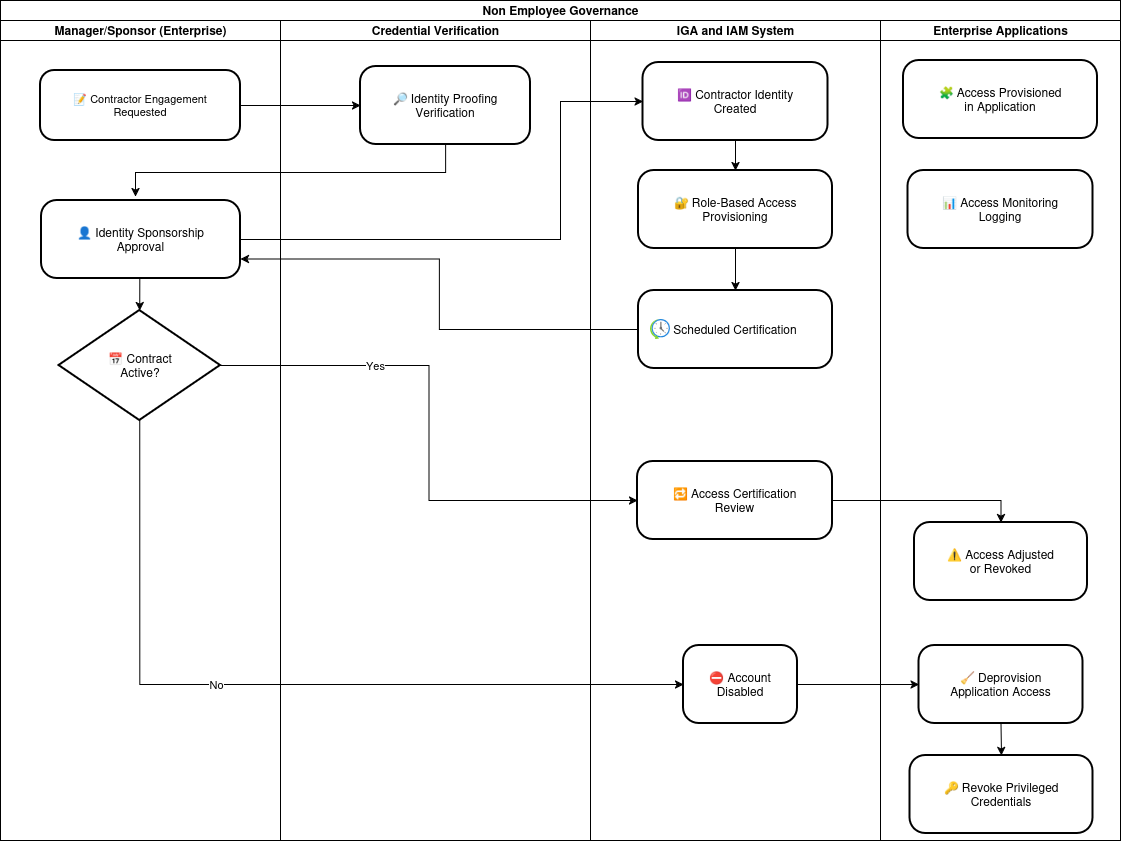
Earlier version of the draw.io export contractor_flows/Contractor_Governance_Flow.drawio.png (avinashgr/drawio_flows). Source tidied: cells renumbered, new cells last; positions are measured from the earlier drawing's top-left corner, leaving out a move shared by most shapes.
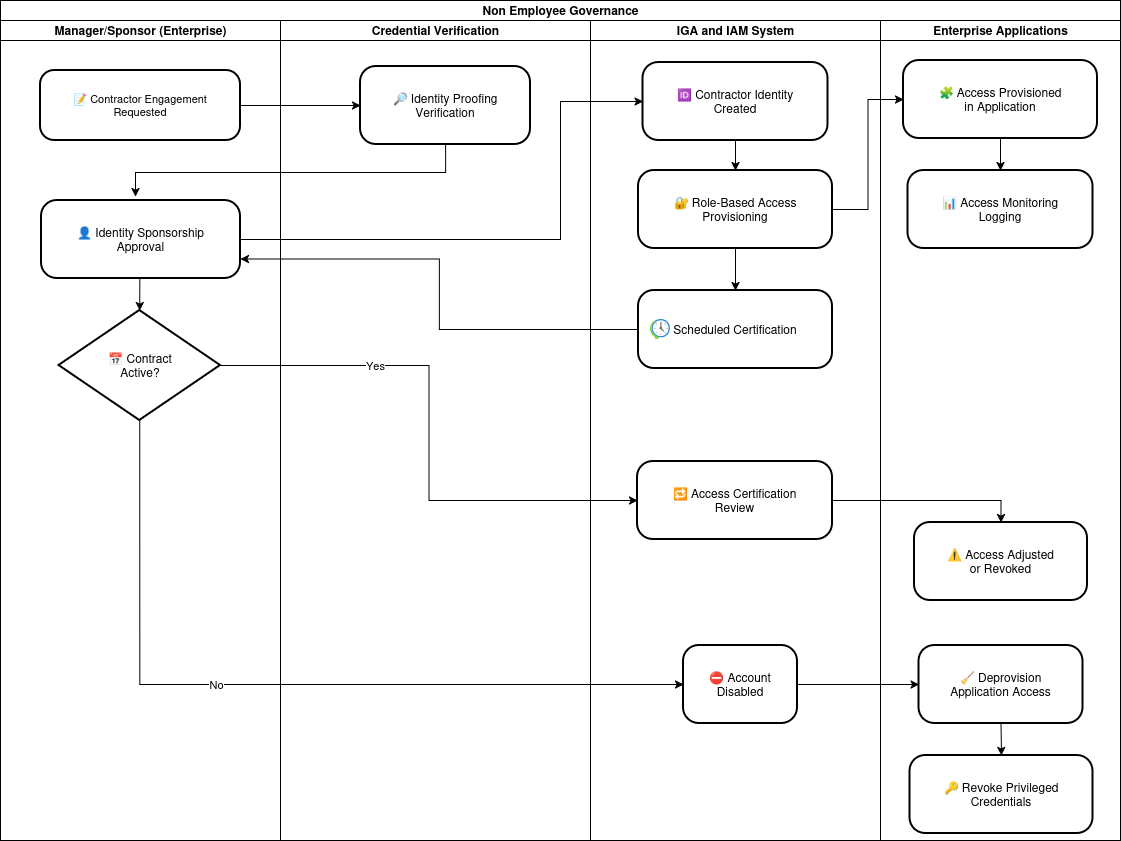
Later version of the same file.

Diff of the diagram source:
```diff
@@ -75,6 +75,9 @@
     <mxCell id="23" value="📊 Access Monitoring&#10;Logging" style="rounded=1;arcSize=20;strokeWidth=2;" parent="22" vertex="1">
       <mxGeometry x="27.5" y="150" width="185" height="78" as="geometry" />
     </mxCell>
+    <mxCell id="36" style="edgeStyle=orthogonalEdgeStyle;rounded=0;jettySize=auto;html=1;exitX=0.5;exitY=1;exitDx=0;exitDy=0;entryX=0.5;entryY=0;entryDx=0;entryDy=0;" parent="22" edge="1" source="24" target="23">
+      <mxGeometry relative="1" as="geometry" />
+    </mxCell>
     <mxCell id="24" value="🧩 Access Provisioned&#10;in Application" style="rounded=1;arcSize=20;strokeWidth=2;" parent="22" vertex="1">
       <mxGeometry x="23" y="40" width="194" height="78" as="geometry" />
     </mxCell>
@@ -111,5 +114,8 @@
     <mxCell id="35" style="edgeStyle=orthogonalEdgeStyle;rounded=0;jettySize=auto;html=1;exitX=0;exitY=0.5;exitDx=0;exitDy=0;entryX=1;entryY=0.75;entryDx=0;entryDy=0;" parent="2" edge="1" source="20" target="6">
       <mxGeometry relative="1" as="geometry" />
     </mxCell>
+    <mxCell id="37" style="edgeStyle=orthogonalEdgeStyle;rounded=0;jettySize=auto;html=1;entryX=0;entryY=0.5;entryDx=0;entryDy=0;" parent="2" edge="1" source="17" target="24">
+      <mxGeometry relative="1" as="geometry" />
+    </mxCell>
   </root>
 </mxGraphModel>
```
